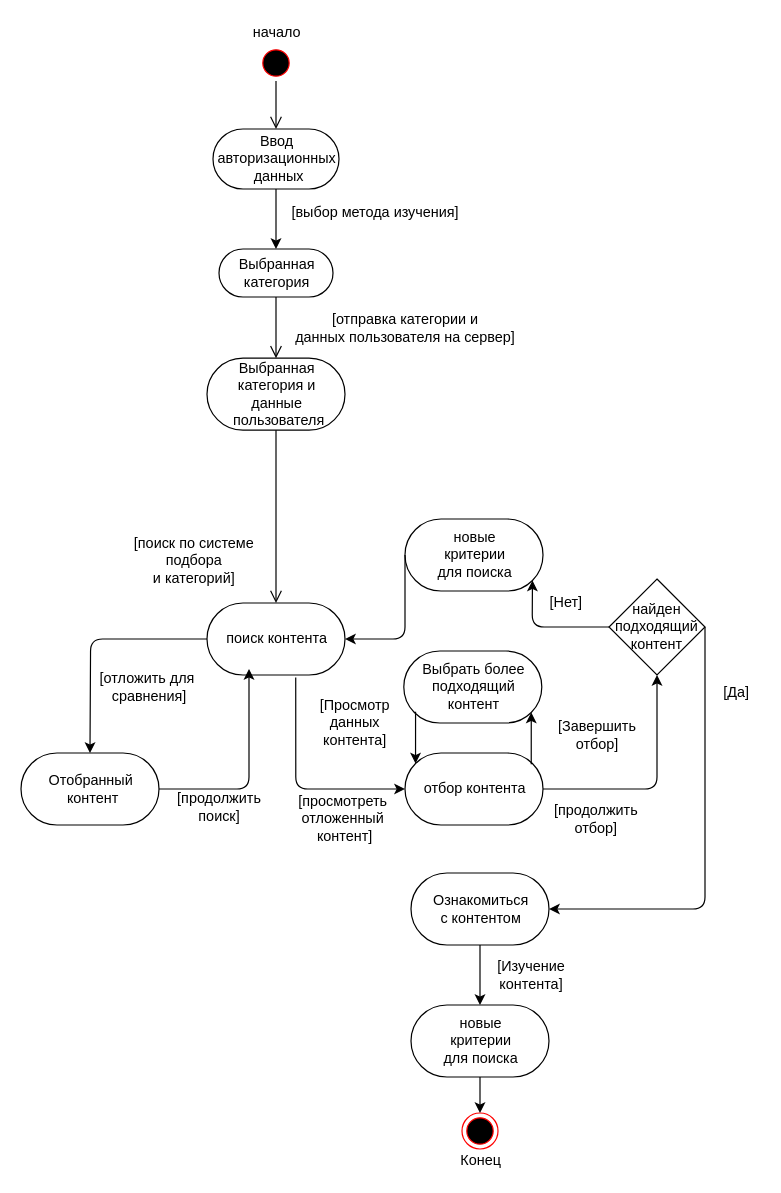
Before: Диаграмма состояний.drawio in EgorKrs/Asmodeus_app, a draw.io diagram. Source tidied: cells renumbered, new cells numbered last; positions are measured from the earlier drawing's top-left corner, leaving out a move shared by most shapes. Both pictures are drawn from the tidied source at 120%, with x=0, y=0 at pixel (20, 20).
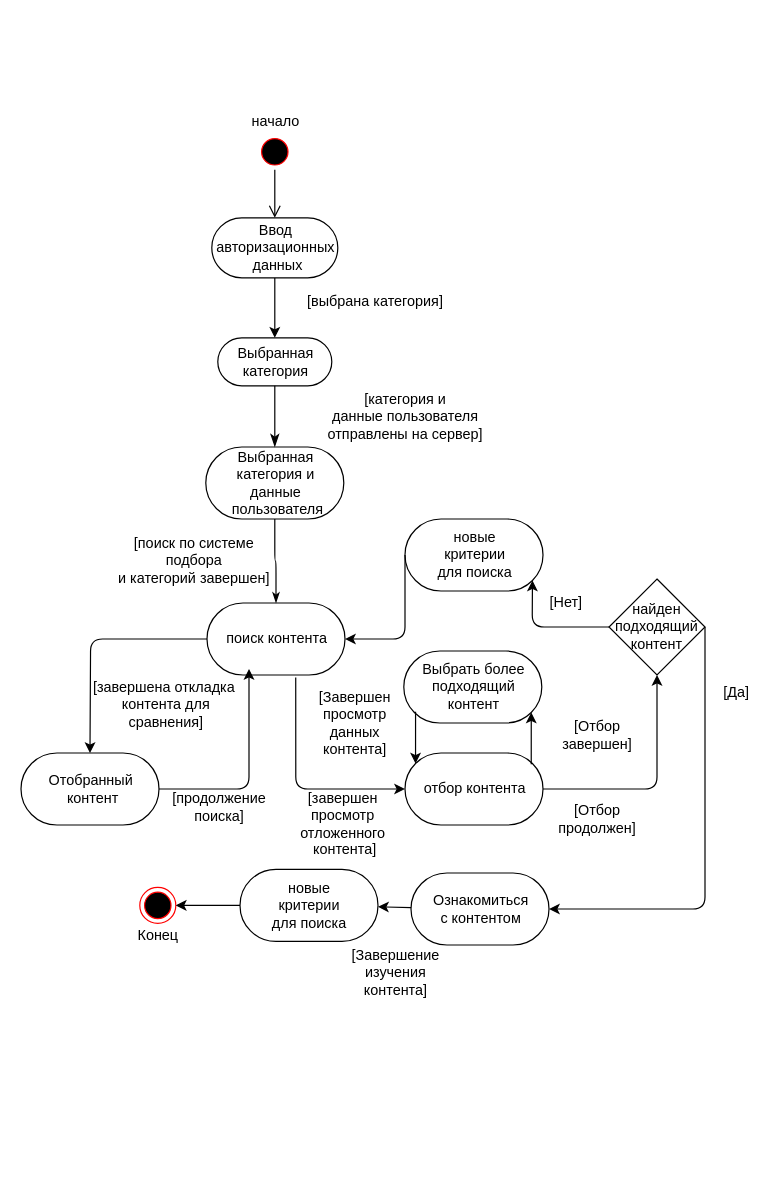
The same page after the edit.

Unchanged cells that the change refers to:
```xml
<mxCell id="12" value="поиск контента" style="html=1;dashed=0;whitespace=wrap;shape=mxgraph.dfd.start;fillColor=#ffffff;align=center;" parent="1" vertex="1">
  <mxGeometry x="155" y="485" width="115" height="60" as="geometry" />
</mxCell>
```

The edit, as a diff of the source:
```diff
@@
     <mxCell id="2" style="ellipse;html=1;shape=startState;fillColor=#000000;strokeColor=#ff0000;align=center;" parent="1" vertex="1">
-      <mxGeometry x="197.5" y="20" width="30" height="30" as="geometry" />
+      <mxGeometry x="196.5" y="94" width="30" height="30" as="geometry" />
     </mxCell>
@@
     <mxCell id="4" value="начало" style="text;html=1;align=center;verticalAlign=middle;strokeColor=none;" parent="1" vertex="1">
-      <mxGeometry x="182.5" width="60" height="20" as="geometry" />
+      <mxGeometry x="181.5" y="74" width="60" height="20" as="geometry" />
     </mxCell>
     <mxCell id="5" value="Выбранная &lt;br&gt;категория" style="html=1;dashed=0;whitespace=wrap;shape=mxgraph.dfd.start;fillColor=#ffffff;align=center;" parent="1" vertex="1">
-      <mxGeometry x="165" y="190" width="95" height="40" as="geometry" />
+      <mxGeometry x="164" y="264" width="95" height="40" as="geometry" />
     </mxCell>
-    <mxCell id="6" value="[выбор метода изучения]" style="text;html=1;align=center;verticalAlign=middle;strokeColor=none;" parent="1" vertex="1">
-      <mxGeometry x="220" y="150" width="150" height="20" as="geometry" />
+    <mxCell id="6" value="[выбрана категория]" style="text;html=1;align=center;verticalAlign=middle;strokeColor=none;" parent="1" vertex="1">
+      <mxGeometry x="233" y="225" width="123" height="18" as="geometry" />
     </mxCell>
     <mxCell id="7" value="Выбранная &lt;br&gt;категория и &lt;br&gt;данные&lt;br&gt;&amp;nbsp;пользователя" style="html=1;dashed=0;whitespace=wrap;shape=mxgraph.dfd.start;fillColor=#ffffff;align=center;" parent="1" vertex="1">
-      <mxGeometry x="155" y="281" width="115" height="60" as="geometry" />
+      <mxGeometry x="154" y="355" width="115" height="60" as="geometry" />
     </mxCell>
-    <mxCell id="8" style="edgeStyle=orthogonalEdgeStyle;html=1;verticalAlign=bottom;endArrow=open;endSize=8;" parent="1" edge="1" source="5" target="7">
+    <mxCell id="8" style="edgeStyle=orthogonalEdgeStyle;html=1;verticalAlign=bottom;endArrow=classicThin;endSize=8;endFill=1;" parent="1" edge="1" source="5" target="7">
       <mxGeometry relative="1" as="geometry" />
     </mxCell>
-    <mxCell id="9" value="[отправка категории и &lt;br&gt;данных пользователя на сервер]" style="text;html=1;align=center;verticalAlign=middle;strokeColor=none;" parent="1" vertex="1">
-      <mxGeometry x="220" y="241" width="200" height="30" as="geometry" />
+    <mxCell id="9" value="[категория и &lt;br&gt;данные пользователя &lt;br&gt;отправлены на сервер]" style="text;html=1;align=center;verticalAlign=middle;strokeColor=none;" parent="1" vertex="1">
+      <mxGeometry x="250" y="307" width="139" height="46" as="geometry" />
     </mxCell>
@@
     <mxCell id="11" value="Ввод &lt;br&gt;авторизационных&lt;br&gt;&amp;nbsp;данных" style="html=1;dashed=0;whitespace=wrap;shape=mxgraph.dfd.start;fillColor=#ffffff;align=center;" parent="1" vertex="1">
-      <mxGeometry x="160" y="90" width="105" height="50" as="geometry" />
+      <mxGeometry x="159" y="164" width="105" height="50" as="geometry" />
     </mxCell>
@@
-    <mxCell id="13" style="edgeStyle=orthogonalEdgeStyle;html=1;verticalAlign=bottom;endArrow=open;endSize=8;exitX=0.5;exitY=0.5;exitDx=0;exitDy=30;exitPerimeter=0;" parent="1" edge="1" source="7" target="12">
+    <mxCell id="13" style="edgeStyle=orthogonalEdgeStyle;html=1;verticalAlign=bottom;endArrow=classicThin;exitX=0.5;exitY=0.5;exitDx=0;exitDy=30;exitPerimeter=0;endFill=1;" parent="1" edge="1" source="7" target="12">
       <mxGeometry relative="1" as="geometry" />
     </mxCell>
-    <mxCell id="14" value="[поиск по системе&lt;br&gt;подбора&lt;br&gt;и категорий]" style="text;html=1;align=center;verticalAlign=middle;strokeColor=none;" parent="1" vertex="1">
-      <mxGeometry x="84" y="425" width="120" height="50" as="geometry" />
+    <mxCell id="14" value="[поиск по системе&lt;br&gt;подбора&lt;br&gt;и категорий завершен]" style="text;html=1;align=center;verticalAlign=middle;strokeColor=none;" parent="1" vertex="1">
+      <mxGeometry x="76" y="427" width="136" height="46" as="geometry" />
     </mxCell>
@@
-    <mxCell id="17" value="[отложить для&lt;br&gt;&amp;nbsp;сравнения]" style="text;html=1;align=center;verticalAlign=middle;strokeColor=none;" parent="1" vertex="1">
-      <mxGeometry x="60" y="540" width="90" height="30" as="geometry" />
+    <mxCell id="17" value="[завершена откладка&lt;br&gt;&amp;nbsp;контента для&lt;br&gt;&amp;nbsp;сравнения]" style="text;html=1;align=center;verticalAlign=middle;strokeColor=none;" parent="1" vertex="1">
+      <mxGeometry x="54.5" y="547" width="128" height="46" as="geometry" />
     </mxCell>
@@
-    <mxCell id="19" value="[продолжить &lt;br&gt;поиск]" style="text;html=1;align=center;verticalAlign=middle;strokeColor=none;" parent="1" vertex="1">
-      <mxGeometry x="120" y="640" width="90" height="30" as="geometry" />
+    <mxCell id="19" value="[продолжение&lt;br&gt;поиска]" style="text;html=1;align=center;verticalAlign=middle;strokeColor=none;" parent="1" vertex="1">
+      <mxGeometry x="121" y="639" width="88" height="32" as="geometry" />
     </mxCell>
@@
-    <mxCell id="22" value="[просмотреть &lt;br&gt;отложенный&lt;br&gt;&amp;nbsp;контент]" style="text;html=1;align=center;verticalAlign=middle;strokeColor=none;" parent="1" vertex="1">
-      <mxGeometry x="222.5" y="640" width="90" height="50" as="geometry" />
+    <mxCell id="22" value="[завершен &lt;br&gt;просмотр&lt;br&gt;отложенного&lt;br&gt;&amp;nbsp;контента]" style="text;html=1;align=center;verticalAlign=middle;strokeColor=none;" parent="1" vertex="1">
+      <mxGeometry x="227.5" y="639" width="81" height="60" as="geometry" />
     </mxCell>
@@
-    <mxCell id="25" value="[Просмотр &lt;br&gt;данных &lt;br&gt;контента]" style="text;html=1;align=center;verticalAlign=middle;strokeColor=none;" parent="1" vertex="1">
-      <mxGeometry x="242.5" y="560" width="70" height="50" as="geometry" />
+    <mxCell id="25" value="[Завершен &lt;br&gt;просмотр &lt;br&gt;данных &lt;br&gt;контента]" style="text;html=1;align=center;verticalAlign=middle;strokeColor=none;" parent="1" vertex="1">
+      <mxGeometry x="242.5" y="555" width="70" height="60" as="geometry" />
     </mxCell>
-    <mxCell id="26" value="[продолжить &lt;br&gt;отбор]" style="text;html=1;align=center;verticalAlign=middle;strokeColor=none;" parent="1" vertex="1">
-      <mxGeometry x="434" y="650" width="90" height="30" as="geometry" />
+    <mxCell id="26" value="[Отбор&lt;br&gt;продолжен]" style="text;html=1;align=center;verticalAlign=middle;strokeColor=none;" parent="1" vertex="1">
+      <mxGeometry x="442" y="649" width="75" height="32" as="geometry" />
     </mxCell>
@@
-    <mxCell id="29" value="[Завершить &lt;br&gt;отбор]" style="text;html=1;align=center;verticalAlign=middle;strokeColor=none;" parent="1" vertex="1">
-      <mxGeometry x="440" y="580" width="80" height="30" as="geometry" />
+    <mxCell id="29" value="[Отбор &lt;br&gt;завершен]" style="text;html=1;align=center;verticalAlign=middle;strokeColor=none;" parent="1" vertex="1">
+      <mxGeometry x="446" y="579" width="68" height="32" as="geometry" />
     </mxCell>
@@
     <mxCell id="37" value="новые &lt;br&gt;критерии &lt;br&gt;для поиска" style="html=1;dashed=0;whitespace=wrap;shape=mxgraph.dfd.start;fillColor=#ffffff;align=center;" parent="1" vertex="1">
-      <mxGeometry x="325" y="820" width="115" height="60" as="geometry" />
+      <mxGeometry x="182.5" y="707" width="115" height="60" as="geometry" />
     </mxCell>
@@
-    <mxCell id="39" value="[Изучение &lt;br&gt;контента]" style="text;html=1;align=center;verticalAlign=middle;strokeColor=none;" parent="1" vertex="1">
-      <mxGeometry x="390" y="780" width="70" height="30" as="geometry" />
+    <mxCell id="39" value="[Завершение &lt;br&gt;изучения&lt;br&gt;контента]" style="text;html=1;align=center;verticalAlign=middle;strokeColor=none;" parent="1" vertex="1">
+      <mxGeometry x="270" y="770" width="83" height="46" as="geometry" />
     </mxCell>
     <mxCell id="40" style="ellipse;html=1;shape=endState;fillColor=#000000;strokeColor=#ff0000;align=center;" parent="1" vertex="1">
-      <mxGeometry x="367.5" y="910" width="30" height="30" as="geometry" />
+      <mxGeometry x="99" y="722" width="30" height="30" as="geometry" />
     </mxCell>
     <mxCell id="41" value="Конец" style="text;html=1;align=center;verticalAlign=middle;strokeColor=none;" parent="1" vertex="1">
-      <mxGeometry x="357.5" y="940" width="50" height="20" as="geometry" />
+      <mxGeometry x="89" y="752" width="50" height="20" as="geometry" />
     </mxCell>
@@
-    <mxCell id="43" style="endArrow=classic;html=1;strokeColor=#000000;exitX=0.5;exitY=0.5;exitDx=0;exitDy=30;exitPerimeter=0;" parent="1" edge="1" source="37" target="40">
+    <mxCell id="43" style="endArrow=classic;html=1;strokeColor=#000000;exitX=0;exitY=0.5;exitDx=0;exitDy=0;exitPerimeter=0;" parent="1" edge="1" source="37" target="40">
       <mxGeometry relative="1" as="geometry" />
     </mxCell>
```
